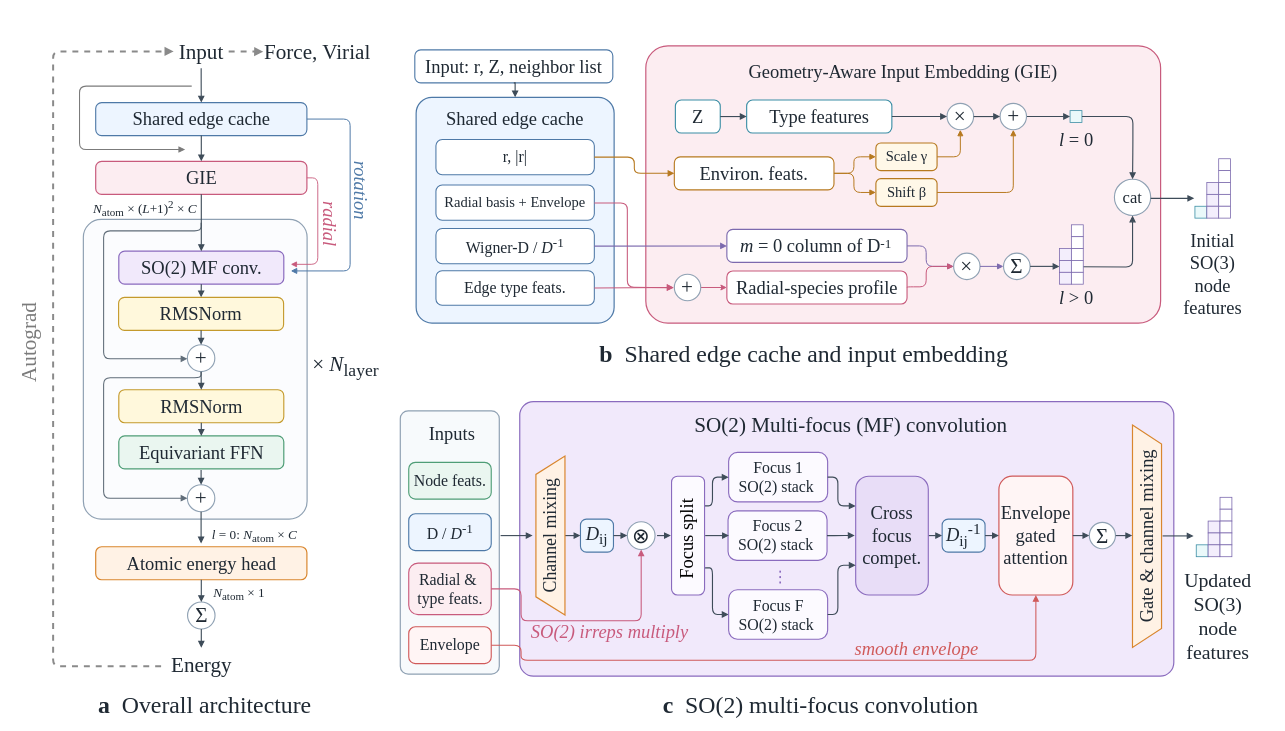
This is fig/fig2_simplified_wh.drawio from iProzd/DPA4-manuscript, a draw.io file, before an edit. Source tidied: cells renumbered, new cells numbered last; positions are measured from the earlier drawing's top-left corner, leaving out a move shared by most shapes. Both pictures are drawn from the tidied source at 66%, with x=0, y=0 at pixel (-13, 11).
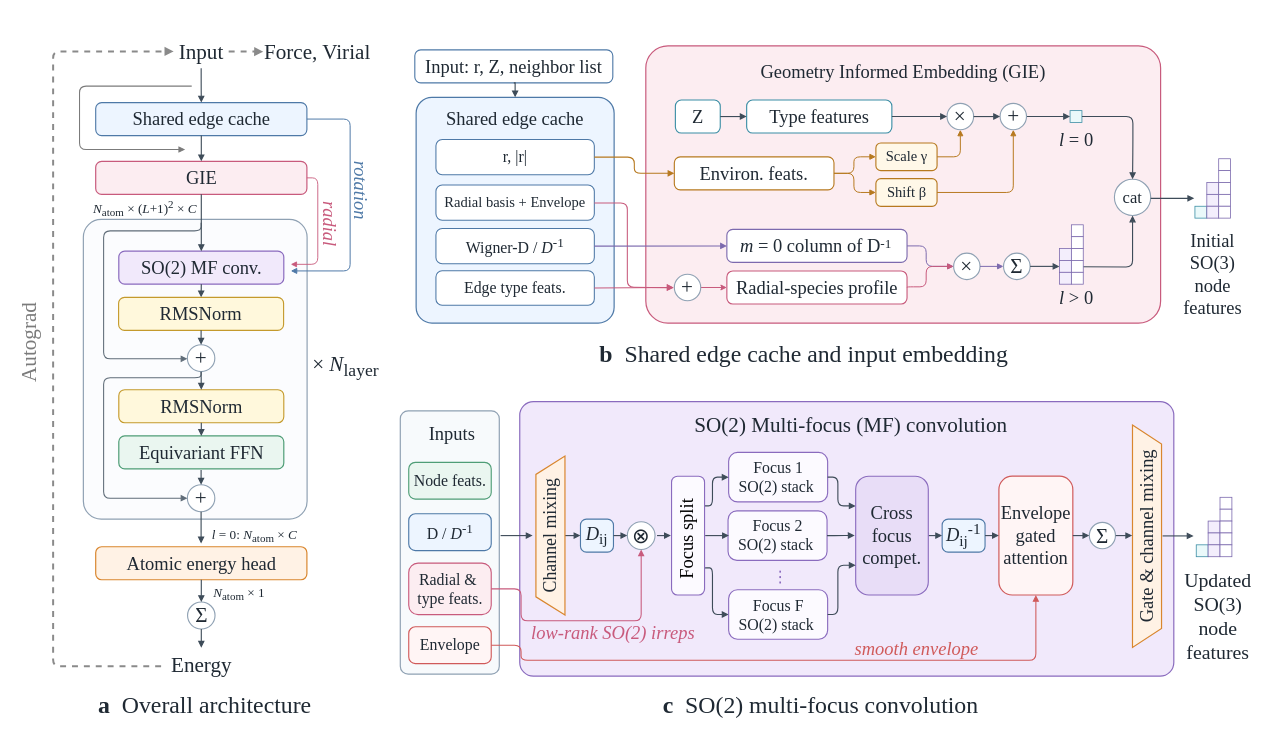
The same diagram, later.

Commit message:
update figure 2 drawio code

The change refers to these unchanged cells:
```xml
<mxCell id="41" style="group;html=1;whiteSpace=wrap;" parent="1" vertex="1">
  <mxGeometry x="559" y="574" width="1372" height="450" as="geometry" />
</mxCell>
<mxCell id="90" style="group;html=1;whiteSpace=wrap;" parent="1" vertex="1">
  <mxGeometry x="638" y="40" width="1274.9" height="463" as="geometry" />
</mxCell>
```

What changed in the source:
```diff
@@
-    <mxCell id="59" value="&lt;font style=&quot;font-size: 28px;&quot;&gt;SO(2) irreps multiply&lt;/font&gt;" style="text;html=1;strokeColor=none;fillColor=none;whiteSpace=wrap;rounded=0;fontFamily=Times New Roman;fontSize=17;fontColor=#C85A7C;align=center;fontStyle=2;" parent="41" vertex="1">
-      <mxGeometry x="259" y="343" width="251" height="47" as="geometry" />
+    <mxCell id="59" value="&lt;font style=&quot;font-size: 28px;&quot;&gt;low-rank SO(2) irreps&lt;/font&gt;" style="text;html=1;strokeColor=none;fillColor=none;whiteSpace=wrap;rounded=0;fontFamily=Times New Roman;fontSize=17;fontColor=#C85A7C;align=center;fontStyle=2;" parent="41" vertex="1">
+      <mxGeometry x="264" y="344" width="251" height="47" as="geometry" />
     </mxCell>
@@
-    <mxCell id="97" value="&lt;font style=&quot;font-size: 28px;&quot;&gt;Geometry-Aware Input Embedding (GIE)&lt;/font&gt;" style="rounded=1;whiteSpace=wrap;html=1;arcSize=8;fontFamily=Times New Roman;fontSize=20;fontColor=#1F2933;align=center;verticalAlign=top;spacingTop=16;fillColor=#FCEDF1;strokeColor=#C85A7C;strokeWidth=1.8;" parent="90" vertex="1">
+    <mxCell id="97" value="&lt;font style=&quot;font-size: 28px;&quot;&gt;Geometry Informed Embedding (GIE)&lt;/font&gt;" style="rounded=1;whiteSpace=wrap;html=1;arcSize=8;fontFamily=Times New Roman;fontSize=20;fontColor=#1F2933;align=center;verticalAlign=top;spacingTop=16;fillColor=#FCEDF1;strokeColor=#C85A7C;strokeWidth=1.8;" parent="90" vertex="1">
       <mxGeometry x="360" y="12" width="780" height="420" as="geometry" />
     </mxCell>
```
